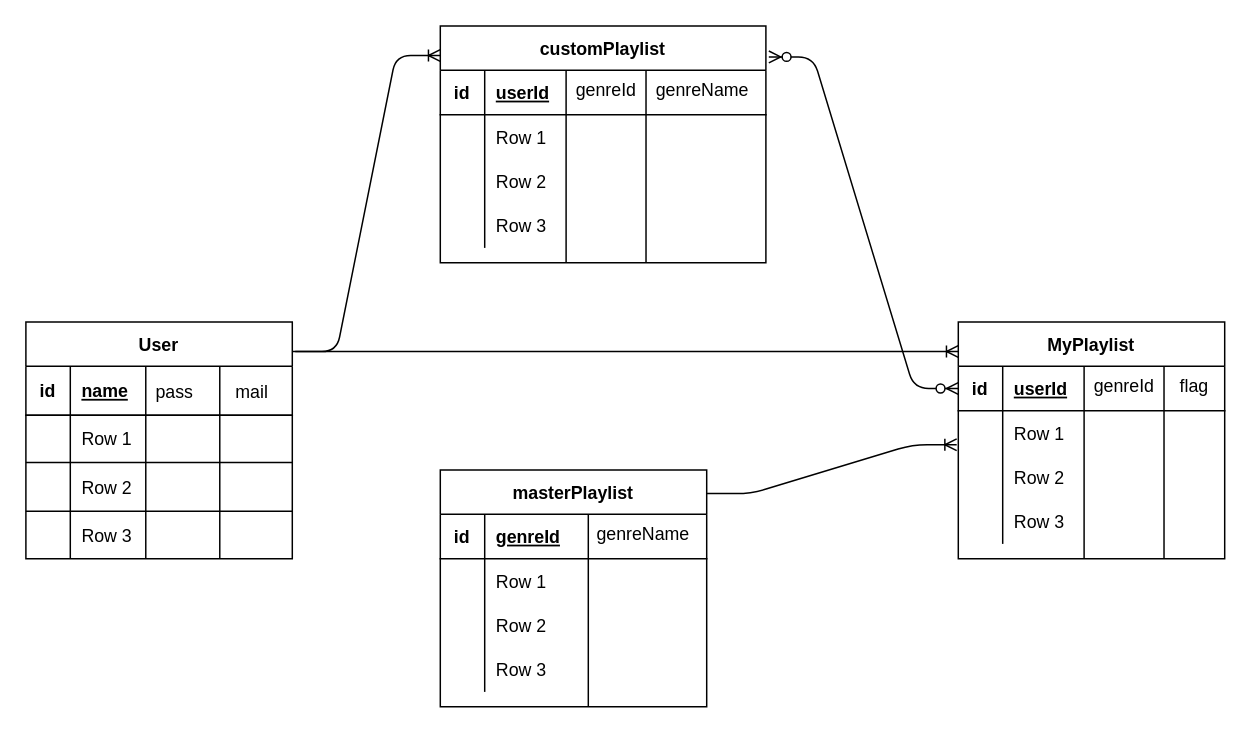
The draw.io diagram sample.dio in tubasa-0011/timeKiller-app, before the edit. Source tidied: cells renumbered, new cells numbered last; positions are measured from the earlier drawing's top-left corner, leaving out a move shared by most shapes. Both pictures are drawn from the tidied source at 148%, with x=0, y=0 at pixel (25, 25).
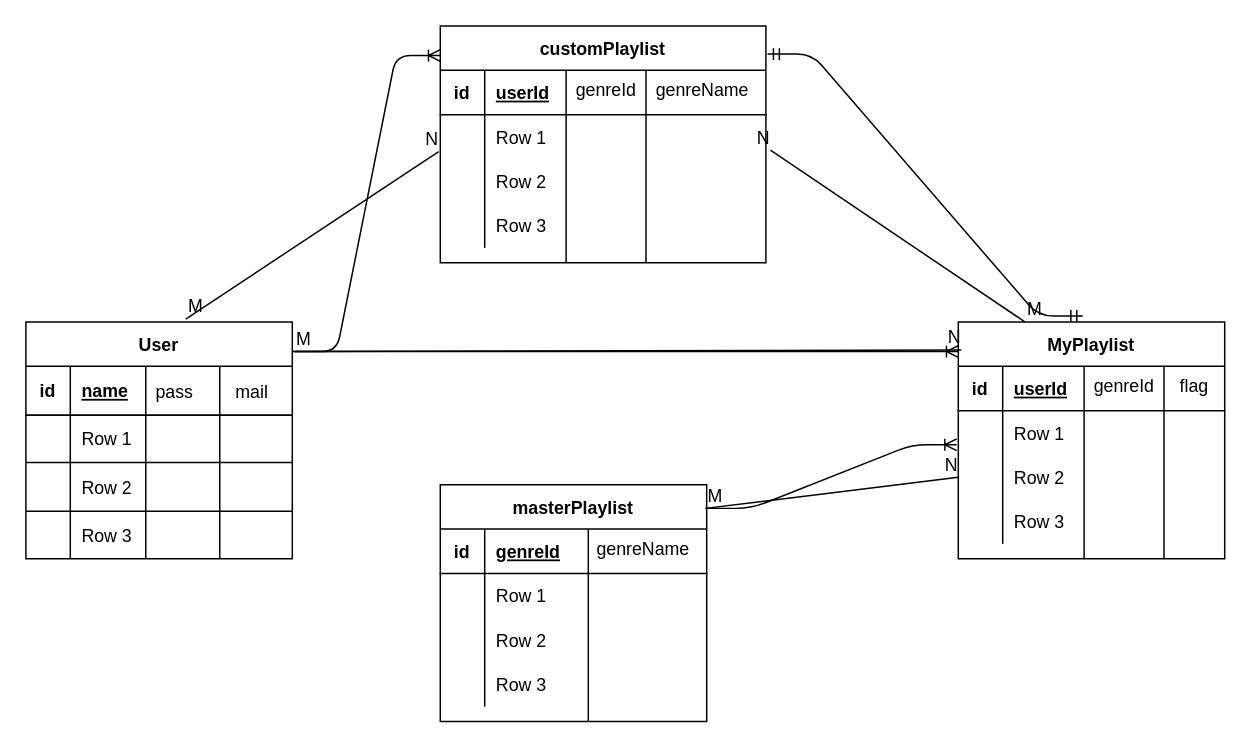
The same page after the edit.

Unchanged cells that the change refers to:
```xml
<mxCell id="3" value="User" style="shape=table;startSize=30;childLayout=tableLayout;rowLines=2;fontStyle=1;align=center;" parent="2" vertex="1">
  <mxGeometry width="180" height="160" as="geometry" />
</mxCell>
<mxCell id="21" value="MyPlaylist" style="shape=table;startSize=30;childLayout=tableLayout;rowLines=0;fontStyle=1;align=center;" parent="20" vertex="1">
  <mxGeometry width="180" height="160" as="geometry" />
</mxCell>
<mxCell id="22" style="shape=partialRectangle;fillColor=none;top=0;left=0;bottom=1;right=0;points=[[0,0.5],[1,0.5]];portConstraint=eastwest;" parent="21" vertex="1">
  <mxGeometry y="30" width="180" height="30" as="geometry" />
</mxCell>
<mxCell id="28" style="shape=partialRectangle;fillColor=none;top=0;left=0;bottom=0;right=0;points=[[0,0.5],[1,0.5]];portConstraint=eastwest;" parent="21" vertex="1">
  <mxGeometry y="90" width="180" height="30" as="geometry" />
</mxCell>
<mxCell id="40" value="masterPlaylist" style="shape=table;startSize=30;childLayout=tableLayout;rowLines=0;fontStyle=1;align=center;" parent="39" vertex="1">
  <mxGeometry x="-10" width="180" height="160" as="geometry" />
</mxCell>
<mxCell id="56" value="customPlaylist" style="shape=table;startSize=30;childLayout=tableLayout;rowLines=0;fontStyle=1;align=center;" parent="55" vertex="1">
  <mxGeometry width="220" height="160" as="geometry" />
</mxCell>
<mxCell id="60" style="shape=partialRectangle;fillColor=none;top=0;left=0;bottom=0;right=0;points=[[0,0.5],[1,0.5]];portConstraint=eastwest;" parent="56" vertex="1">
  <mxGeometry y="60" width="220" height="30" as="geometry" />
</mxCell>
```

What changed in the source:
```diff
@@
     <mxCell id="39" style="group;" parent="1" vertex="1">
-      <mxGeometry x="290" y="300" width="180" height="160" as="geometry" />
+      <mxGeometry x="290" y="310" width="180" height="160" as="geometry" />
     </mxCell>
@@
-    <mxCell id="75" style="edgeStyle=entityRelationEdgeStyle;fontSize=12;html=1;endArrow=ERzeroToMany;endFill=1;startArrow=ERzeroToMany;entryX=0;entryY=0.5;entryDx=0;entryDy=0;exitX=1.009;exitY=0.131;exitDx=0;exitDy=0;exitPerimeter=0;" parent="1" edge="1" source="56" target="22">
-      <mxGeometry relative="1" as="geometry" />
-    </mxCell>
+    <mxCell id="76" style="endArrow=none;html=1;rounded=0;exitX=0.6;exitY=-0.012;exitDx=0;exitDy=0;exitPerimeter=0;entryX=-0.005;entryY=0.833;entryDx=0;entryDy=0;entryPerimeter=0;" parent="1" edge="1" source="3" target="60">
+      <mxGeometry relative="1" as="geometry" />
+    </mxCell>
+    <mxCell id="77" value="M" style="html=1;align=left;verticalAlign=bottom;" parent="76" vertex="1">
+      <mxGeometry x="-1" relative="1" as="geometry" />
+    </mxCell>
+    <mxCell id="78" value="N" style="html=1;align=right;verticalAlign=bottom;" parent="76" vertex="1">
+      <mxGeometry x="1" relative="1" as="geometry" />
+    </mxCell>
+    <mxCell id="79" style="endArrow=none;html=1;rounded=0;exitX=1.006;exitY=0.125;exitDx=0;exitDy=0;exitPerimeter=0;entryX=0.011;entryY=0.119;entryDx=0;entryDy=0;entryPerimeter=0;" parent="1" edge="1" source="3" target="21">
+      <mxGeometry relative="1" as="geometry" />
+    </mxCell>
+    <mxCell id="80" value="M" style="html=1;align=left;verticalAlign=bottom;" parent="79" vertex="1">
+      <mxGeometry x="-1" relative="1" as="geometry" />
+    </mxCell>
+    <mxCell id="81" value="N" style="html=1;align=right;verticalAlign=bottom;" parent="79" vertex="1">
+      <mxGeometry x="1" relative="1" as="geometry" />
+    </mxCell>
+    <mxCell id="82" style="endArrow=none;html=1;rounded=0;exitX=0.994;exitY=0.1;exitDx=0;exitDy=0;exitPerimeter=0;entryX=0;entryY=0.5;entryDx=0;entryDy=0;" parent="1" edge="1" source="40" target="28">
+      <mxGeometry relative="1" as="geometry" />
+    </mxCell>
+    <mxCell id="83" value="M" style="html=1;align=left;verticalAlign=bottom;" parent="82" vertex="1">
+      <mxGeometry x="-1" relative="1" as="geometry" />
+    </mxCell>
+    <mxCell id="84" value="N" style="html=1;align=right;verticalAlign=bottom;" parent="82" vertex="1">
+      <mxGeometry x="1" relative="1" as="geometry" />
+    </mxCell>
+    <mxCell id="85" style="endArrow=none;html=1;rounded=0;entryX=1.014;entryY=0.8;entryDx=0;entryDy=0;entryPerimeter=0;exitX=0.25;exitY=0;exitDx=0;exitDy=0;" parent="1" edge="1" source="21" target="60">
+      <mxGeometry relative="1" as="geometry" />
+    </mxCell>
+    <mxCell id="86" value="M" style="html=1;align=left;verticalAlign=bottom;" parent="85" vertex="1">
+      <mxGeometry x="-1" relative="1" as="geometry" />
+    </mxCell>
+    <mxCell id="87" value="N" style="html=1;align=right;verticalAlign=bottom;" parent="85" vertex="1">
+      <mxGeometry x="1" relative="1" as="geometry" />
+    </mxCell>
+    <mxCell id="88" style="edgeStyle=entityRelationEdgeStyle;fontSize=12;html=1;endArrow=ERmandOne;startArrow=ERmandOne;exitX=1.005;exitY=0.119;exitDx=0;exitDy=0;exitPerimeter=0;entryX=0.467;entryY=-0.025;entryDx=0;entryDy=0;entryPerimeter=0;" parent="1" edge="1" source="56" target="21">
+      <mxGeometry relative="1" as="geometry" />
+    </mxCell>
```
